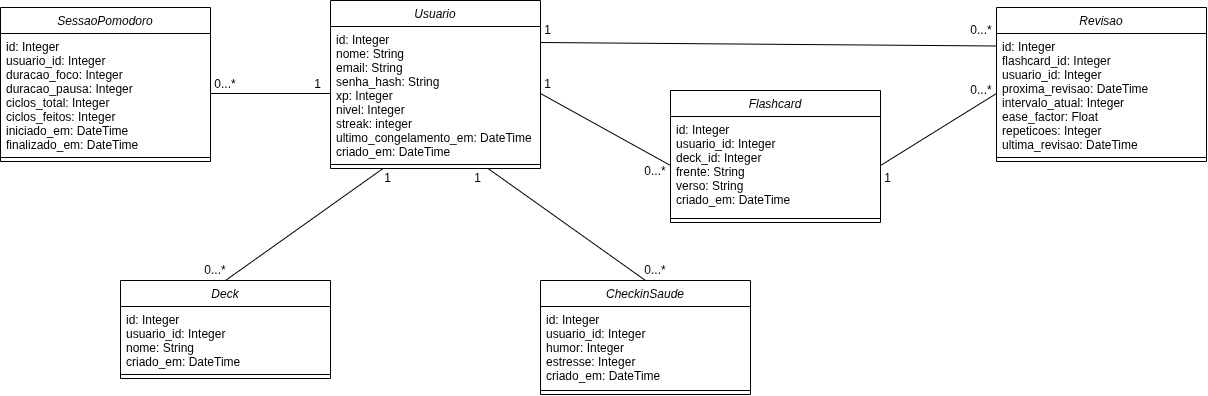
Above: latex/Imagens/DiagramaClasses.drawio.png in H0lzz/TCC1.2 (draw.io), before the change. Source tidied: cells renumbered, new cells last; positions are measured from the earlier drawing's top-left corner, leaving out a move shared by most shapes.
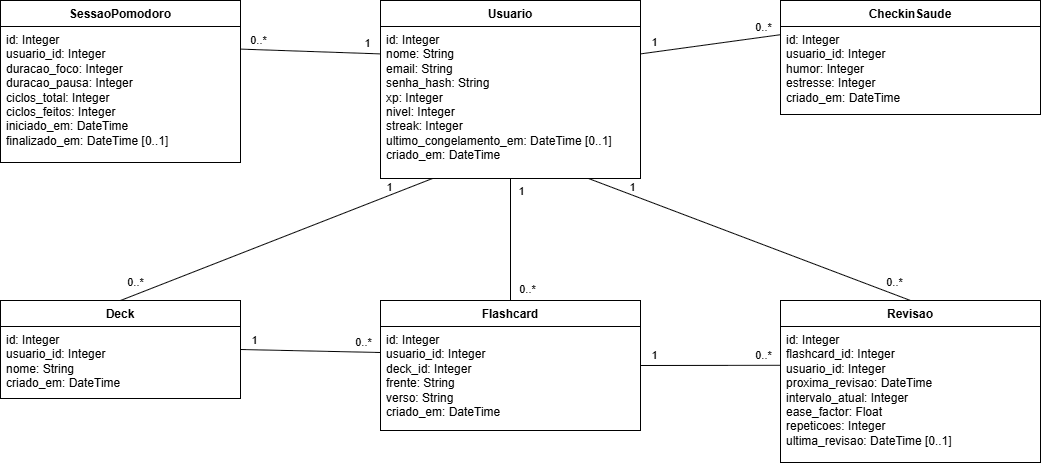
After the change.

Commit message:
corrige o diagrama de classes

Change to the diagram source:
```diff
@@ -1,114 +1,133 @@
 <mxGraphModel>
   <root>
-    <mxCell id="0" />
-    <mxCell id="1" parent="0" />
+    <mxCell id="38" />
+    <mxCell id="39" parent="38" />
-    <mxCell id="2" value="Usuario" style="swimlane;fontStyle=2;align=center;verticalAlign=top;horizontal=1;startSize=26;rounded=0;shadow=0;strokeWidth=1;labelBackgroundColor=none;" parent="1" vertex="1">
-      <mxGeometry x="330" width="210" height="168" as="geometry" />
+    <mxCell id="2" value="Usuario" style="swimlane;fontStyle=1;align=center;verticalAlign=top;horizontal=1;startSize=26;html=1;whiteSpace=wrap;fillColor=#FFFFFF;" parent="39" vertex="1">
+      <mxGeometry x="-490" width="260" height="178" as="geometry" />
     </mxCell>
-    <mxCell id="3" value="id: Integer&#10;nome: String&#10;email: String&#10;senha_hash: String&#10;xp: Integer&#10;nivel: Integer&#10;streak: integer&#10;ultimo_congelamento_em: DateTime&#10;criado_em: DateTime" style="text;align=left;verticalAlign=top;spacingLeft=4;spacingRight=4;overflow=hidden;points=[[0,0.5],[1,0.5]];portConstraint=eastwest;labelBackgroundColor=none;" parent="2" vertex="1">
-      <mxGeometry y="26" width="210" height="134" as="geometry" />
-    </mxCell>
-    <mxCell id="4" style="line;html=1;strokeWidth=1;align=left;verticalAlign=middle;spacingTop=-1;spacingLeft=3;spacingRight=3;labelPosition=right;labelBackgroundColor=none;" parent="2" vertex="1">
-      <mxGeometry y="160" width="210" height="8" as="geometry" />
-    </mxCell>
+    <mxCell id="40" value="id: Integer&lt;br&gt;nome: String&lt;br&gt;email: String&lt;br&gt;senha_hash: String&lt;br&gt;xp: Integer&lt;br&gt;nivel: Integer&lt;br&gt;streak: Integer&lt;br&gt;ultimo_congelamento_em: DateTime [0..1]&lt;br&gt;criado_em: DateTime" style="text;strokeColor=none;fillColor=none;align=left;verticalAlign=top;spacingLeft=4;spacingRight=4;overflow=hidden;whiteSpace=wrap;html=1;" parent="2" vertex="1">
+      <mxGeometry y="26" width="260" height="152" as="geometry" />
+    </mxCell>
+    <mxCell id="14" value="SessaoPomodoro" style="swimlane;fontStyle=1;align=center;verticalAlign=top;horizontal=1;startSize=26;html=1;whiteSpace=wrap;fillColor=#FFFFFF;" parent="39" vertex="1">
+      <mxGeometry x="-870" width="240" height="162" as="geometry" />
+    </mxCell>
+    <mxCell id="41" value="id: Integer&lt;br&gt;usuario_id: Integer&lt;br&gt;duracao_foco: Integer&lt;br&gt;duracao_pausa: Integer&lt;br&gt;ciclos_total: Integer&lt;br&gt;ciclos_feitos: Integer&lt;br&gt;iniciado_em: DateTime&lt;br&gt;finalizado_em: DateTime [0..1]" style="text;strokeColor=none;fillColor=none;align=left;verticalAlign=top;spacingLeft=4;spacingRight=4;overflow=hidden;whiteSpace=wrap;html=1;" parent="14" vertex="1">
+      <mxGeometry y="26" width="240" height="136" as="geometry" />
+    </mxCell>
+    <mxCell id="11" value="CheckinSaude" style="swimlane;fontStyle=1;align=center;verticalAlign=top;horizontal=1;startSize=26;html=1;whiteSpace=wrap;fillColor=#FFFFFF;" parent="39" vertex="1">
+      <mxGeometry x="-90" width="260" height="114" as="geometry" />
+    </mxCell>
+    <mxCell id="12" value="id: Integer&lt;br&gt;usuario_id: Integer&lt;br&gt;humor: Integer&lt;br&gt;estresse: Integer&lt;br&gt;criado_em: DateTime" style="text;strokeColor=none;fillColor=none;align=left;verticalAlign=top;spacingLeft=4;spacingRight=4;overflow=hidden;whiteSpace=wrap;html=1;" parent="11" vertex="1">
+      <mxGeometry y="26" width="260" height="88" as="geometry" />
+    </mxCell>
-    <mxCell id="5" value="Deck" style="swimlane;fontStyle=2;align=center;verticalAlign=top;horizontal=1;startSize=26;rounded=0;shadow=0;strokeWidth=1;labelBackgroundColor=none;" parent="1" vertex="1">
-      <mxGeometry x="120" y="280" width="210" height="98" as="geometry" />
+    <mxCell id="5" value="Deck" style="swimlane;fontStyle=1;align=center;verticalAlign=top;horizontal=1;startSize=26;html=1;whiteSpace=wrap;fillColor=#FFFFFF;" parent="39" vertex="1">
+      <mxGeometry x="-870" y="300" width="240" height="98" as="geometry" />
     </mxCell>
-    <mxCell id="6" value="id: Integer&#10;usuario_id: Integer&#10;nome: String&#10;criado_em: DateTime" style="text;align=left;verticalAlign=top;spacingLeft=4;spacingRight=4;overflow=hidden;labelBackgroundColor=none;" parent="5" vertex="1">
-      <mxGeometry y="26" width="210" height="64" as="geometry" />
+    <mxCell id="6" value="id: Integer&lt;br&gt;usuario_id: Integer&lt;br&gt;nome: String&lt;br&gt;criado_em: DateTime" style="text;strokeColor=none;fillColor=none;align=left;verticalAlign=top;spacingLeft=4;spacingRight=4;overflow=hidden;whiteSpace=wrap;html=1;" parent="5" vertex="1">
+      <mxGeometry y="26" width="240" height="72" as="geometry" />
     </mxCell>
-    <mxCell id="7" style="line;html=1;strokeWidth=1;align=left;verticalAlign=middle;spacingTop=-1;spacingLeft=3;spacingRight=3;labelPosition=right;labelBackgroundColor=none;" parent="5" vertex="1">
-      <mxGeometry y="90" width="210" height="8" as="geometry" />
-    </mxCell>
-    <mxCell id="8" value="Flashcard" style="swimlane;fontStyle=2;align=center;verticalAlign=top;horizontal=1;startSize=26;rounded=0;shadow=0;strokeWidth=1;labelBackgroundColor=none;" parent="1" vertex="1">
-      <mxGeometry x="670" y="90" width="210" height="132" as="geometry" />
+    <mxCell id="8" value="Flashcard" style="swimlane;fontStyle=1;align=center;verticalAlign=top;horizontal=1;startSize=26;html=1;whiteSpace=wrap;fillColor=#FFFFFF;" parent="39" vertex="1">
+      <mxGeometry x="-490" y="300" width="260" height="130" as="geometry" />
     </mxCell>
-    <mxCell id="9" value="id: Integer&#10;usuario_id: Integer&#10;deck_id: Integer&#10;frente: String&#10;verso: String&#10;criado_em: DateTime" style="text;align=left;verticalAlign=top;spacingLeft=4;spacingRight=4;overflow=hidden;points=[[0,0.5],[1,0.5]];portConstraint=eastwest;labelBackgroundColor=none;" parent="8" vertex="1">
-      <mxGeometry y="26" width="210" height="98" as="geometry" />
+    <mxCell id="9" value="id: Integer&lt;br&gt;usuario_id: Integer&lt;br&gt;deck_id: Integer&lt;br&gt;frente: String&lt;br&gt;verso: String&lt;br&gt;criado_em: DateTime" style="text;strokeColor=none;fillColor=none;align=left;verticalAlign=top;spacingLeft=4;spacingRight=4;overflow=hidden;points=[[0,0.5],[1,0.5]];portConstraint=eastwest;whiteSpace=wrap;html=1;" parent="8" vertex="1">
+      <mxGeometry y="26" width="260" height="104" as="geometry" />
     </mxCell>
-    <mxCell id="10" style="line;html=1;strokeWidth=1;align=left;verticalAlign=middle;spacingTop=-1;spacingLeft=3;spacingRight=3;labelPosition=right;labelBackgroundColor=none;" parent="8" vertex="1">
-      <mxGeometry y="124" width="210" height="8" as="geometry" />
-    </mxCell>
-    <mxCell id="11" value="CheckinSaude" style="swimlane;fontStyle=2;align=center;verticalAlign=top;horizontal=1;startSize=26;rounded=0;shadow=0;strokeWidth=1;labelBackgroundColor=none;" parent="1" vertex="1">
-      <mxGeometry x="540" y="280" width="210" height="114" as="geometry" />
-    </mxCell>
-    <mxCell id="12" value="id: Integer&#10;usuario_id: Integer&#10;humor: Integer&#10;estresse: Integer&#10;criado_em: DateTime" style="text;align=left;verticalAlign=top;spacingLeft=4;spacingRight=4;overflow=hidden;labelBackgroundColor=none;" parent="11" vertex="1">
-      <mxGeometry y="26" width="210" height="80" as="geometry" />
-    </mxCell>
-    <mxCell id="13" style="line;html=1;strokeWidth=1;align=left;verticalAlign=middle;spacingTop=-1;spacingLeft=3;spacingRight=3;labelPosition=right;labelBackgroundColor=none;" parent="11" vertex="1">
-      <mxGeometry y="106" width="210" height="8" as="geometry" />
-    </mxCell>
-    <mxCell id="14" value="SessaoPomodoro" style="swimlane;fontStyle=2;align=center;verticalAlign=top;horizontal=1;startSize=26;rounded=0;shadow=0;strokeWidth=1;labelBackgroundColor=none;" parent="1" vertex="1">
-      <mxGeometry y="7" width="210" height="154" as="geometry" />
-    </mxCell>
-    <mxCell id="15" value="id: Integer&#10;usuario_id: Integer&#10;duracao_foco: Integer&#10;duracao_pausa: Integer&#10;ciclos_total: Integer&#10;ciclos_feitos: Integer&#10;iniciado_em: DateTime&#10;finalizado_em: DateTime" style="text;align=left;verticalAlign=top;spacingLeft=4;spacingRight=4;overflow=hidden;points=[[0,0.5],[1,0.5]];portConstraint=eastwest;labelBackgroundColor=none;" parent="14" vertex="1">
-      <mxGeometry y="26" width="210" height="120" as="geometry" />
-    </mxCell>
-    <mxCell id="16" style="line;html=1;strokeWidth=1;align=left;verticalAlign=middle;spacingTop=-1;spacingLeft=3;spacingRight=3;labelPosition=right;labelBackgroundColor=none;" parent="14" vertex="1">
-      <mxGeometry y="146" width="210" height="8" as="geometry" />
-    </mxCell>
-    <mxCell id="17" value="Revisao" style="swimlane;fontStyle=2;align=center;verticalAlign=top;horizontal=1;startSize=26;rounded=0;shadow=0;strokeWidth=1;labelBackgroundColor=none;" parent="1" vertex="1">
-      <mxGeometry x="996" y="7" width="210" height="154" as="geometry" />
+    <mxCell id="17" value="Revisao" style="swimlane;fontStyle=1;align=center;verticalAlign=top;horizontal=1;startSize=26;html=1;whiteSpace=wrap;fillColor=#FFFFFF;" parent="39" vertex="1">
+      <mxGeometry x="-90" y="300" width="260" height="162" as="geometry" />
     </mxCell>
-    <mxCell id="18" value="id: Integer&#10;flashcard_id: Integer&#10;usuario_id: Integer&#10;proxima_revisao: DateTime&#10;intervalo_atual: Integer&#10;ease_factor: Float&#10;repeticoes: Integer&#10;ultima_revisao: DateTime&#10;" style="text;align=left;verticalAlign=top;spacingLeft=4;spacingRight=4;overflow=hidden;points=[[0,0.5],[1,0.5]];portConstraint=eastwest;labelBackgroundColor=none;" parent="17" vertex="1">
-      <mxGeometry y="26" width="210" height="120" as="geometry" />
-    </mxCell>
-    <mxCell id="19" style="line;html=1;strokeWidth=1;align=left;verticalAlign=middle;spacingTop=-1;spacingLeft=3;spacingRight=3;labelPosition=right;labelBackgroundColor=none;" parent="17" vertex="1">
-      <mxGeometry y="146" width="210" height="8" as="geometry" />
-    </mxCell>
-    <mxCell id="20" style="endArrow=none;html=1;rounded=0;defaultLabelBackgroundColor=page;exitX=1;exitY=0.5;exitDx=0;exitDy=0;entryX=0;entryY=0.5;entryDx=0;entryDy=0;fontColor=default;" parent="1" edge="1" source="15" target="3">
-      <mxGeometry relative="1" as="geometry" />
-    </mxCell>
-    <mxCell id="21" style="endArrow=none;html=1;rounded=0;defaultLabelBackgroundColor=page;exitX=1;exitY=0.5;exitDx=0;exitDy=0;entryX=0;entryY=0.5;entryDx=0;entryDy=0;fontColor=default;" parent="1" edge="1" source="3" target="9">
-      <mxGeometry relative="1" as="geometry" />
-    </mxCell>
-    <mxCell id="22" style="endArrow=none;html=1;rounded=0;defaultLabelBackgroundColor=page;exitX=1;exitY=0.5;exitDx=0;exitDy=0;entryX=0;entryY=0.5;entryDx=0;entryDy=0;fontColor=default;" parent="1" edge="1" source="9" target="18">
-      <mxGeometry relative="1" as="geometry" />
-    </mxCell>
+    <mxCell id="42" value="id: Integer&lt;br&gt;flashcard_id: Integer&lt;br&gt;usuario_id: Integer&lt;br&gt;proxima_revisao: DateTime&lt;br&gt;intervalo_atual: Integer&lt;br&gt;ease_factor: Float&lt;br&gt;repeticoes: Integer&lt;br&gt;ultima_revisao: DateTime [0..1]" style="text;strokeColor=none;fillColor=none;align=left;verticalAlign=top;spacingLeft=4;spacingRight=4;overflow=hidden;whiteSpace=wrap;html=1;" parent="17" vertex="1">
+      <mxGeometry y="26" width="260" height="136" as="geometry" />
+    </mxCell>
+    <mxCell id="43" style="endArrow=none;html=1;exitX=0;exitY=0.3;exitDx=0;exitDy=0;entryX=1;entryY=0.3;entryDx=0;entryDy=0;" parent="39" edge="1" source="2" target="14">
+      <mxGeometry relative="1" as="geometry" />
+    </mxCell>
+    <mxCell id="44" value="1" style="edgeLabel;html=1;align=center;verticalAlign=middle;labelBackgroundColor=none;" parent="43" vertex="1">
+      <mxGeometry x="-0.8" relative="1" as="geometry">
+        <mxPoint y="-10" as="offset" />
+      </mxGeometry>
+    </mxCell>
+    <mxCell id="45" value="0..*" style="edgeLabel;html=1;align=center;verticalAlign=middle;labelBackgroundColor=none;" parent="43" vertex="1">
+      <mxGeometry x="0.75" relative="1" as="geometry">
+        <mxPoint y="-10" as="offset" />
+      </mxGeometry>
+    </mxCell>
-    <mxCell id="23" style="endArrow=none;html=1;rounded=0;defaultLabelBackgroundColor=page;exitX=0.75;exitY=1;exitDx=0;exitDy=0;entryX=0.5;entryY=0;entryDx=0;entryDy=0;fontColor=default;" parent="1" edge="1" source="2" target="11">
+    <mxCell id="23" style="endArrow=none;html=1;exitX=1;exitY=0.3;exitDx=0;exitDy=0;entryX=0;entryY=0.3;entryDx=0;entryDy=0;" parent="39" edge="1" source="2" target="11">
       <mxGeometry relative="1" as="geometry" />
     </mxCell>
-    <mxCell id="24" style="endArrow=none;html=1;rounded=0;defaultLabelBackgroundColor=page;exitX=0.5;exitY=0;exitDx=0;exitDy=0;entryX=0.25;entryY=1;entryDx=0;entryDy=0;fontColor=default;" parent="1" edge="1" source="5" target="2">
-      <mxGeometry relative="1" as="geometry" />
-    </mxCell>
+    <mxCell id="46" value="1" style="edgeLabel;html=1;align=center;verticalAlign=middle;labelBackgroundColor=none;" parent="23" vertex="1">
+      <mxGeometry x="-0.8" relative="1" as="geometry">
+        <mxPoint y="-10" as="offset" />
+      </mxGeometry>
+    </mxCell>
+    <mxCell id="47" value="0..*" style="edgeLabel;html=1;align=center;verticalAlign=middle;labelBackgroundColor=none;" parent="23" vertex="1">
+      <mxGeometry x="0.75" relative="1" as="geometry">
+        <mxPoint y="-10" as="offset" />
+      </mxGeometry>
+    </mxCell>
+    <mxCell id="48" style="endArrow=none;html=1;exitX=0.2;exitY=1;exitDx=0;exitDy=0;entryX=0.5;entryY=0;entryDx=0;entryDy=0;" parent="39" edge="1" source="2" target="5">
+      <mxGeometry relative="1" as="geometry" />
+    </mxCell>
+    <mxCell id="49" value="1" style="edgeLabel;html=1;align=center;verticalAlign=middle;labelBackgroundColor=none;" parent="48" vertex="1">
+      <mxGeometry x="-0.8" relative="1" as="geometry">
+        <mxPoint x="-12" y="-4" as="offset" />
+      </mxGeometry>
+    </mxCell>
+    <mxCell id="50" value="0..*" style="edgeLabel;html=1;align=center;verticalAlign=middle;labelBackgroundColor=none;" parent="48" vertex="1">
+      <mxGeometry x="0.8" relative="1" as="geometry">
+        <mxPoint x="-16" y="-6" as="offset" />
+      </mxGeometry>
+    </mxCell>
+    <mxCell id="51" style="endArrow=none;html=1;exitX=0.5;exitY=1;exitDx=0;exitDy=0;entryX=0.5;entryY=0;entryDx=0;entryDy=0;" parent="39" edge="1" source="2" target="8">
+      <mxGeometry relative="1" as="geometry" />
+    </mxCell>
+    <mxCell id="52" value="1" style="edgeLabel;html=1;align=center;verticalAlign=middle;labelBackgroundColor=none;" parent="51" vertex="1">
+      <mxGeometry x="-0.8" relative="1" as="geometry">
+        <mxPoint x="10" as="offset" />
+      </mxGeometry>
+    </mxCell>
+    <mxCell id="53" value="0..*" style="edgeLabel;html=1;align=center;verticalAlign=middle;labelBackgroundColor=none;" parent="51" vertex="1">
+      <mxGeometry x="0.8" relative="1" as="geometry">
+        <mxPoint x="16" as="offset" />
+      </mxGeometry>
+    </mxCell>
-    <mxCell id="25" style="endArrow=none;html=1;rounded=0;defaultLabelBackgroundColor=page;exitX=1;exitY=0.25;exitDx=0;exitDy=0;entryX=0;entryY=0.25;entryDx=0;entryDy=0;fontColor=default;" parent="1" edge="1" source="2" target="17">
+    <mxCell id="25" style="endArrow=none;html=1;exitX=0.8;exitY=1;exitDx=0;exitDy=0;entryX=0.5;entryY=0;entryDx=0;entryDy=0;" parent="39" edge="1" source="2" target="17">
       <mxGeometry relative="1" as="geometry" />
     </mxCell>
-    <mxCell id="26" value="1" style="text;html=1;whiteSpace=wrap;strokeColor=none;fillColor=none;align=center;verticalAlign=middle;rounded=0;labelBackgroundColor=none;" parent="1" vertex="1">
-      <mxGeometry x="540" y="20" width="15" height="20" as="geometry" />
-    </mxCell>
-    <mxCell id="27" value="1" style="text;html=1;whiteSpace=wrap;strokeColor=none;fillColor=none;align=center;verticalAlign=middle;rounded=0;labelBackgroundColor=none;" parent="1" vertex="1">
-      <mxGeometry x="540" y="74" width="15" height="20" as="geometry" />
-    </mxCell>
-    <mxCell id="28" value="1" style="text;html=1;whiteSpace=wrap;strokeColor=none;fillColor=none;align=center;verticalAlign=middle;rounded=0;labelBackgroundColor=none;" parent="1" vertex="1">
-      <mxGeometry x="470" y="168" width="15" height="20" as="geometry" />
-    </mxCell>
-    <mxCell id="29" value="1" style="text;html=1;whiteSpace=wrap;strokeColor=none;fillColor=none;align=center;verticalAlign=middle;rounded=0;labelBackgroundColor=none;" parent="1" vertex="1">
-      <mxGeometry x="380" y="168" width="15" height="20" as="geometry" />
-    </mxCell>
-    <mxCell id="30" value="1" style="text;html=1;whiteSpace=wrap;strokeColor=none;fillColor=none;align=center;verticalAlign=middle;rounded=0;labelBackgroundColor=none;" parent="1" vertex="1">
-      <mxGeometry x="310" y="74" width="15" height="20" as="geometry" />
-    </mxCell>
-    <mxCell id="31" value="1" style="text;html=1;whiteSpace=wrap;strokeColor=none;fillColor=none;align=center;verticalAlign=middle;rounded=0;labelBackgroundColor=none;" parent="1" vertex="1">
-      <mxGeometry x="880" y="168" width="15" height="20" as="geometry" />
-    </mxCell>
-    <mxCell id="32" value="0...*" style="text;html=1;whiteSpace=wrap;strokeColor=none;fillColor=none;align=center;verticalAlign=middle;rounded=0;labelBackgroundColor=none;" parent="1" vertex="1">
-      <mxGeometry x="966" y="80" width="30" height="20" as="geometry" />
-    </mxCell>
-    <mxCell id="33" value="0...*" style="text;html=1;whiteSpace=wrap;strokeColor=none;fillColor=none;align=center;verticalAlign=middle;rounded=0;labelBackgroundColor=none;" parent="1" vertex="1">
-      <mxGeometry x="966" y="20" width="30" height="20" as="geometry" />
-    </mxCell>
-    <mxCell id="34" value="0...*" style="text;html=1;whiteSpace=wrap;strokeColor=none;fillColor=none;align=center;verticalAlign=middle;rounded=0;labelBackgroundColor=none;" parent="1" vertex="1">
-      <mxGeometry x="640" y="260" width="30" height="20" as="geometry" />
-    </mxCell>
-    <mxCell id="35" value="0...*" style="text;html=1;whiteSpace=wrap;strokeColor=none;fillColor=none;align=center;verticalAlign=middle;rounded=0;labelBackgroundColor=none;" parent="1" vertex="1">
-      <mxGeometry x="200" y="260" width="30" height="20" as="geometry" />
-    </mxCell>
-    <mxCell id="36" value="0...*" style="text;html=1;whiteSpace=wrap;strokeColor=none;fillColor=none;align=center;verticalAlign=middle;rounded=0;labelBackgroundColor=none;" parent="1" vertex="1">
-      <mxGeometry x="210" y="74" width="30" height="20" as="geometry" />
-    </mxCell>
-    <mxCell id="37" value="0...*" style="text;html=1;whiteSpace=wrap;strokeColor=none;fillColor=none;align=center;verticalAlign=middle;rounded=0;labelBackgroundColor=none;" parent="1" vertex="1">
-      <mxGeometry x="640" y="161" width="30" height="20" as="geometry" />
-    </mxCell>
+    <mxCell id="54" value="1" style="edgeLabel;html=1;align=center;verticalAlign=middle;labelBackgroundColor=none;" parent="25" vertex="1">
+      <mxGeometry x="-0.8" relative="1" as="geometry">
+        <mxPoint x="12" y="-4" as="offset" />
+      </mxGeometry>
+    </mxCell>
+    <mxCell id="55" value="0..*" style="edgeLabel;html=1;align=center;verticalAlign=middle;labelBackgroundColor=none;" parent="25" vertex="1">
+      <mxGeometry x="0.8" relative="1" as="geometry">
+        <mxPoint x="16" y="-6" as="offset" />
+      </mxGeometry>
+    </mxCell>
+    <mxCell id="56" style="endArrow=none;html=1;exitX=1;exitY=0.5;exitDx=0;exitDy=0;entryX=0;entryY=0.4;entryDx=0;entryDy=0;" parent="39" edge="1" source="5" target="8">
+      <mxGeometry relative="1" as="geometry" />
+    </mxCell>
+    <mxCell id="57" value="1" style="edgeLabel;html=1;align=center;verticalAlign=middle;labelBackgroundColor=none;" parent="56" vertex="1">
+      <mxGeometry x="-0.8" relative="1" as="geometry">
+        <mxPoint y="-10" as="offset" />
+      </mxGeometry>
+    </mxCell>
+    <mxCell id="58" value="0..*" style="edgeLabel;html=1;align=center;verticalAlign=middle;labelBackgroundColor=none;" parent="56" vertex="1">
+      <mxGeometry x="0.75" relative="1" as="geometry">
+        <mxPoint y="-10" as="offset" />
+      </mxGeometry>
+    </mxCell>
+    <mxCell id="59" style="endArrow=none;html=1;exitX=1;exitY=0.5;exitDx=0;exitDy=0;entryX=0;entryY=0.4;entryDx=0;entryDy=0;" parent="39" edge="1" source="8" target="17">
+      <mxGeometry relative="1" as="geometry" />
+    </mxCell>
+    <mxCell id="60" value="1" style="edgeLabel;html=1;align=center;verticalAlign=middle;labelBackgroundColor=none;" parent="59" vertex="1">
+      <mxGeometry x="-0.8" relative="1" as="geometry">
+        <mxPoint y="-10" as="offset" />
+      </mxGeometry>
+    </mxCell>
+    <mxCell id="61" value="0..*" style="edgeLabel;html=1;align=center;verticalAlign=middle;labelBackgroundColor=none;" parent="59" vertex="1">
+      <mxGeometry x="0.75" relative="1" as="geometry">
+        <mxPoint y="-10" as="offset" />
+      </mxGeometry>
+    </mxCell>
   </root>
 </mxGraphModel>
```
